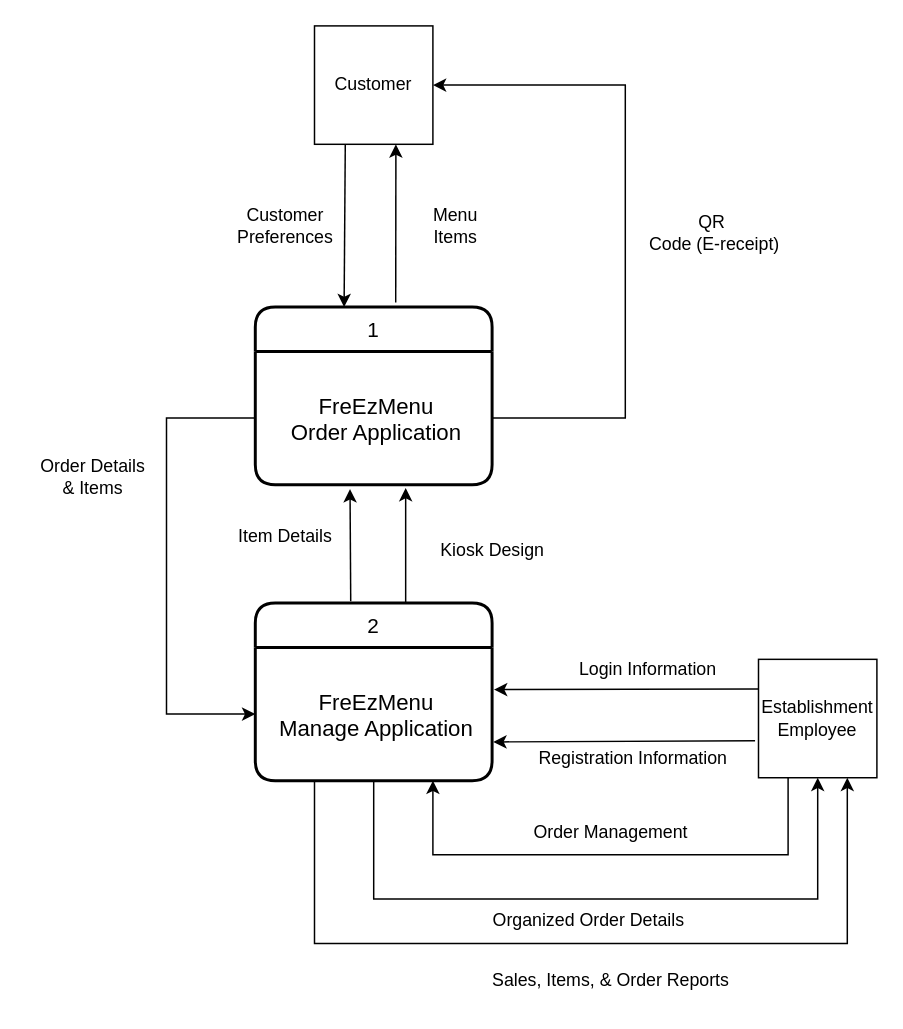
Earlier version of the draw.io diagram DOCS/Diagrams/drawio/DFD Diagram 0.drawio (alexxGmZ/MenuMaApp). Source tidied: cells renumbered, new cells numbered last; positions are measured from the earlier drawing's top-left corner, leaving out a move shared by most shapes. Both pictures are drawn from the tidied source at 148%, with x=0, y=0 at pixel (25, 25).
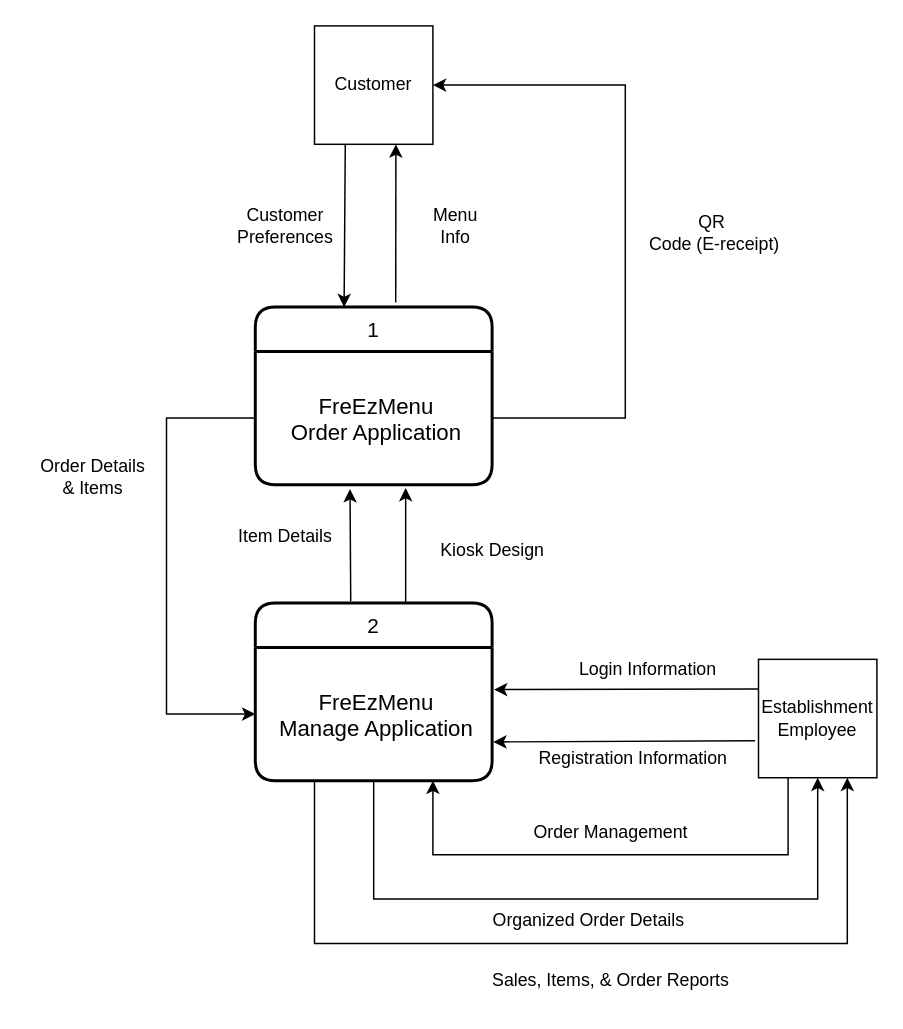
The same page after the edit.

Commit message (it also covers changes not shown here):
diagram(dfd): diagram 0 minor changes

What changed in the source:
```diff
@@
-    <mxCell id="14" value="Menu&lt;br&gt;Items" style="text;html=1;align=center;verticalAlign=middle;strokeColor=none;fillColor=none;" parent="1" vertex="1">
+    <mxCell id="14" value="Menu&lt;br&gt;Info" style="text;html=1;align=center;verticalAlign=middle;strokeColor=none;fillColor=none;" parent="1" vertex="1">
       <mxGeometry x="265" y="115" width="50" height="40" as="geometry" />
     </mxCell>
```
